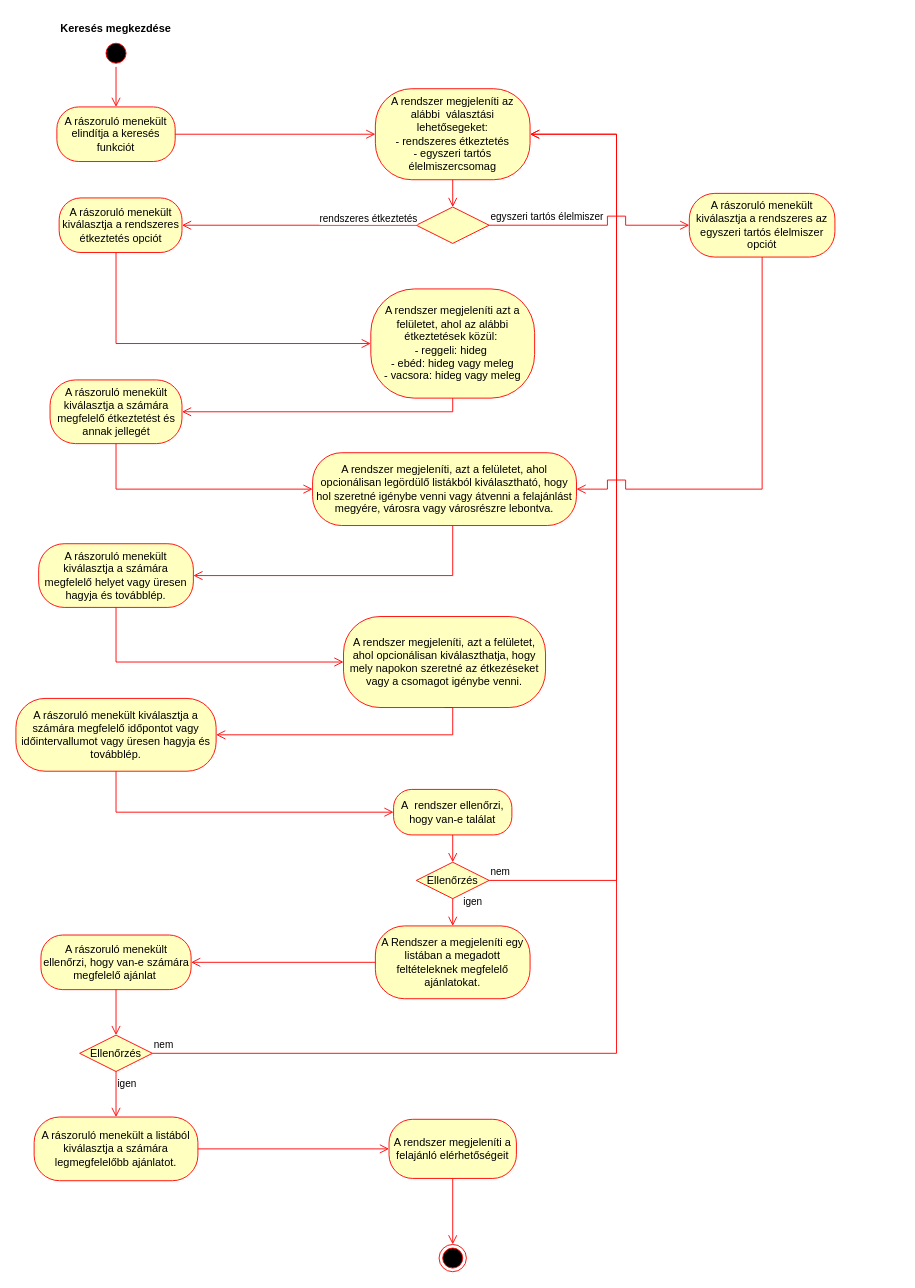
The draw.io diagram Aktivációs diagram.drawio in Residuum22/swdhomework, before the edit. Source tidied: cells renumbered, new cells numbered last; positions are measured from the earlier drawing's top-left corner, leaving out a move shared by most shapes. Both pictures are drawn from the tidied source at 91%, with x=0, y=0 at pixel (15, 15).
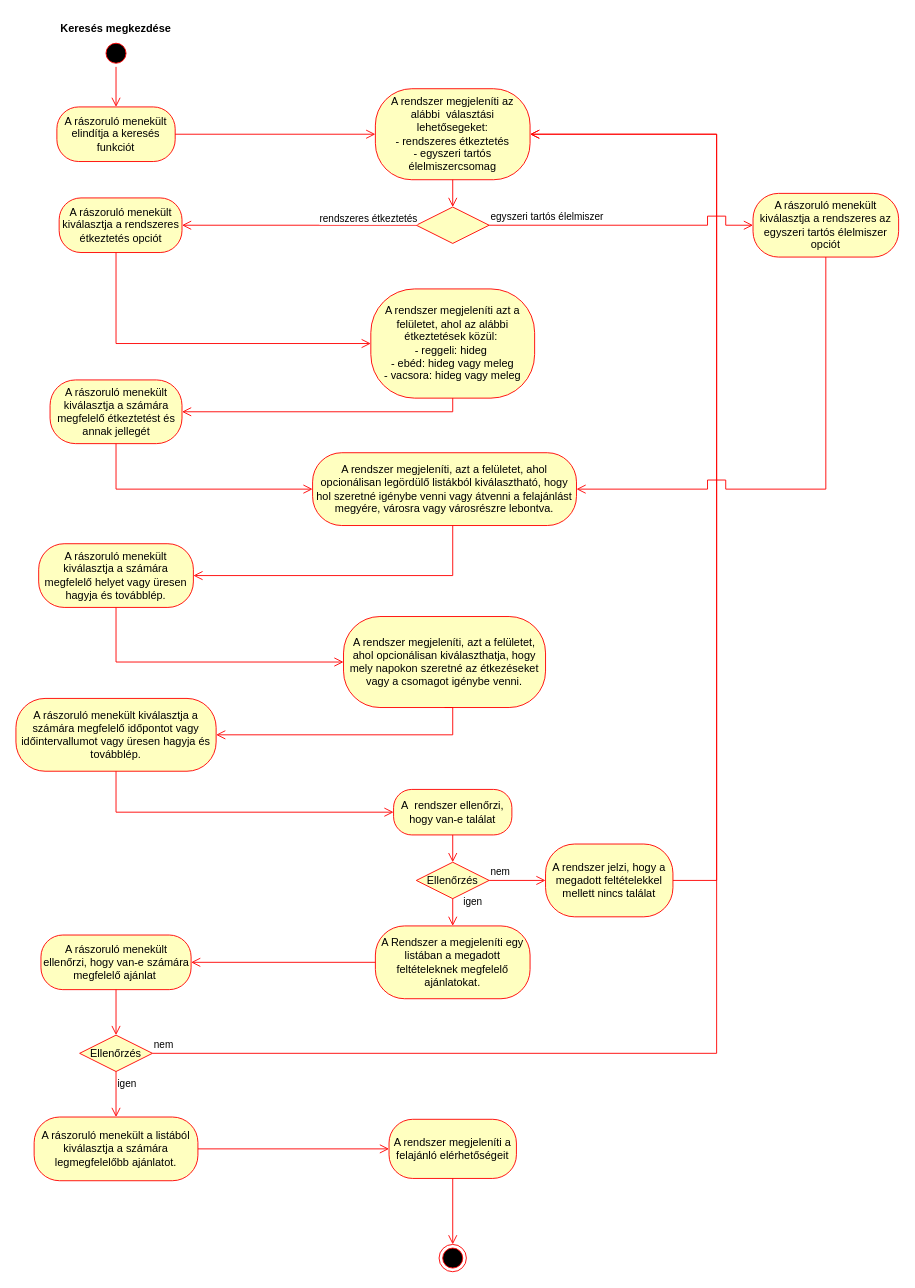
The same page after the edit.

Unchanged cells that the change refers to:
```xml
<mxCell id="5" value="A rendszer megjeleníti az alábbi&amp;nbsp; választási lehetősegeket:&lt;br&gt;- rendszeres étkeztetés&lt;br&gt;- egyszeri tartós élelmiszercsomag" style="rounded=1;whiteSpace=wrap;html=1;arcSize=40;fontColor=#000000;fillColor=#ffffc0;strokeColor=#ff0000;" parent="1" vertex="1">
  <mxGeometry x="395" y="80" width="170" height="100" as="geometry" />
</mxCell>
<mxCell id="15" value="A rendszer megjeleníti, azt a felületet, ahol opcionálisan legördülő listákból kiválasztható, hogy hol szeretné igénybe venni vagy átvenni a felajánlást megyére, városra vagy városrészre lebontva." style="rounded=1;whiteSpace=wrap;html=1;arcSize=40;fontColor=#000000;fillColor=#ffffc0;strokeColor=#ff0000;" parent="1" vertex="1">
  <mxGeometry x="326" y="480" width="290" height="80" as="geometry" />
</mxCell>
<mxCell id="25" value="Ellenőrzés" style="rhombus;whiteSpace=wrap;html=1;fillColor=#ffffc0;strokeColor=#ff0000;" parent="1" vertex="1">
  <mxGeometry x="440" y="930" width="80" height="40" as="geometry" />
</mxCell>
<mxCell id="32" style="rhombus;whiteSpace=wrap;html=1;fillColor=#ffffc0;strokeColor=#ff0000;" parent="1" vertex="1">
  <mxGeometry x="440" y="210" width="80" height="40" as="geometry" />
</mxCell>
<mxCell id="35" value="Ellenőrzés" style="rhombus;whiteSpace=wrap;html=1;fillColor=#ffffc0;strokeColor=#ff0000;" parent="1" vertex="1">
  <mxGeometry x="70" y="1120" width="80" height="40" as="geometry" />
</mxCell>
```

What changed in the source:
```diff
@@
-    <mxCell id="26" value="nem" style="edgeStyle=orthogonalEdgeStyle;html=1;align=left;verticalAlign=bottom;endArrow=open;endSize=8;strokeColor=#ff0000;rounded=0;entryX=1;entryY=0.5;entryDx=0;entryDy=0;" parent="1" edge="1" source="25" target="5">
-      <mxGeometry x="-1" relative="1" as="geometry">
-        <Array as="points">
-          <mxPoint x="660" y="950" />
-          <mxPoint x="660" y="130" />
-        </Array>
-      </mxGeometry>
+    <mxCell id="26" value="nem" style="edgeStyle=orthogonalEdgeStyle;html=1;align=left;verticalAlign=bottom;endArrow=open;endSize=8;strokeColor=#ff0000;rounded=0;entryX=0;entryY=0.5;entryDx=0;entryDy=0;" parent="1" edge="1" source="25" target="46">
+      <mxGeometry x="-1" relative="1" as="geometry" />
     </mxCell>
@@
     <mxCell id="33" value="egyszeri tartós élelmiszer" style="edgeStyle=orthogonalEdgeStyle;html=1;align=left;verticalAlign=bottom;endArrow=open;endSize=8;strokeColor=#ff0000;rounded=0;entryX=0;entryY=0.5;entryDx=0;entryDy=0;" parent="1" edge="1" source="32" target="43">
       <mxGeometry x="-1" relative="1" as="geometry">
         <Array as="points">
-          <mxPoint x="650" y="230" />
-          <mxPoint x="650" y="220" />
-          <mxPoint x="670" y="220" />
-          <mxPoint x="670" y="230" />
+          <mxPoint x="760" y="230" />
+          <mxPoint x="760" y="220" />
+          <mxPoint x="780" y="220" />
+          <mxPoint x="780" y="230" />
         </Array>
       </mxGeometry>
     </mxCell>
@@
     <mxCell id="36" value="nem" style="edgeStyle=orthogonalEdgeStyle;html=1;align=left;verticalAlign=bottom;endArrow=open;endSize=8;strokeColor=#ff0000;rounded=0;entryX=1;entryY=0.5;entryDx=0;entryDy=0;" parent="1" edge="1" source="35" target="5">
       <mxGeometry x="-1" relative="1" as="geometry">
         <Array as="points">
-          <mxPoint x="660" y="1140" />
-          <mxPoint x="660" y="130" />
+          <mxPoint x="770" y="1140" />
+          <mxPoint x="770" y="130" />
         </Array>
       </mxGeometry>
     </mxCell>
@@
     <mxCell id="43" value="A rászoruló menekült kiválasztja a rendszeres az egyszeri tartós élelmiszer opciót" style="rounded=1;whiteSpace=wrap;html=1;arcSize=40;fontColor=#000000;fillColor=#ffffc0;strokeColor=#ff0000;" parent="1" vertex="1">
-      <mxGeometry x="740" y="195" width="160" height="70" as="geometry" />
+      <mxGeometry x="810" y="195" width="160" height="70" as="geometry" />
     </mxCell>
     <mxCell id="44" style="edgeStyle=orthogonalEdgeStyle;html=1;verticalAlign=bottom;endArrow=open;endSize=8;strokeColor=#ff0000;rounded=0;exitX=0.5;exitY=1;exitDx=0;exitDy=0;entryX=1;entryY=0.5;entryDx=0;entryDy=0;" parent="1" edge="1" source="43" target="15">
       <mxGeometry relative="1" as="geometry">
         <Array as="points">
-          <mxPoint x="820" y="520" />
-          <mxPoint x="670" y="520" />
-          <mxPoint x="670" y="510" />
-          <mxPoint x="650" y="510" />
-          <mxPoint x="650" y="520" />
-          <mxPoint x="625" y="520" />
+          <mxPoint x="890" y="520" />
+          <mxPoint x="780" y="520" />
+          <mxPoint x="780" y="510" />
+          <mxPoint x="760" y="510" />
+          <mxPoint x="760" y="520" />
         </Array>
       </mxGeometry>
     </mxCell>
+    <mxCell id="45" style="edgeStyle=orthogonalEdgeStyle;html=1;verticalAlign=bottom;endArrow=open;endSize=8;strokeColor=#ff0000;rounded=0;entryX=1;entryY=0.5;entryDx=0;entryDy=0;exitX=1;exitY=0.5;exitDx=0;exitDy=0;" parent="1" edge="1" source="46" target="5">
+      <mxGeometry relative="1" as="geometry">
+        <Array as="points">
+          <mxPoint x="770" y="950" />
+          <mxPoint x="770" y="130" />
+        </Array>
+      </mxGeometry>
+    </mxCell>
+    <mxCell id="46" value="A rendszer jelzi, hogy a megadott feltételekkel mellett nincs találat" style="rounded=1;whiteSpace=wrap;html=1;arcSize=40;fontColor=#000000;fillColor=#ffffc0;strokeColor=#ff0000;" parent="1" vertex="1">
+      <mxGeometry x="582" y="910" width="140" height="80" as="geometry" />
+    </mxCell>
```
